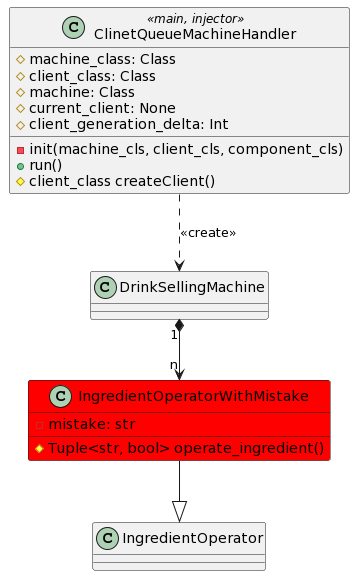
This is design/problem_book/drinks-selling-machine/UML/ext3/ext3.png from rserdyukov/programdesign-cource, a PlantUML export, as it was before one commit. The source it was exported from:
```plantuml
@startuml
class ClinetQueueMachineHandler <<main, injector>> {
  # machine_class: Class
  # client_class: Class
  # machine: Class
  # current_client: None
  # client_generation_delta: Int

  - init(machine_cls, client_cls, component_cls)
  + run()
  # client_class createClient()
}

class DrinkSellingMachine
class IngredientOperator

ClinetQueueMachineHandler ..> DrinkSellingMachine: <<create>>

class IngredientOperatorWithMistake #red {
  - mistake: str

  # Tuple<str, bool> operate_ingredient()
}

DrinkSellingMachine "1" *--> "n" IngredientOperatorWithMistake
IngredientOperatorWithMistake --|> IngredientOperator
@enduml
```
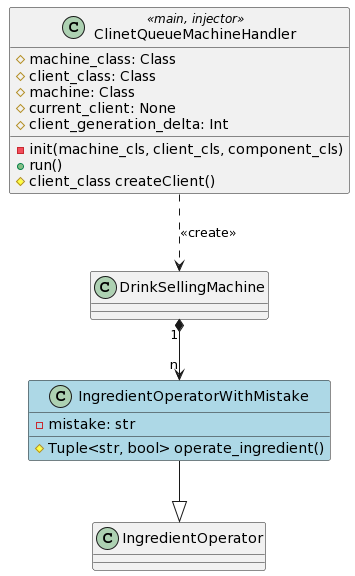
The same diagram one commit later.

Change to the diagram source:
```diff
@@ -16,7 +16,7 @@
 
 ClinetQueueMachineHandler ..> DrinkSellingMachine: <<create>>
 
-class IngredientOperatorWithMistake #red {
+class IngredientOperatorWithMistake #lightBlue {
   - mistake: str
 
   # Tuple<str, bool> operate_ingredient()
```
